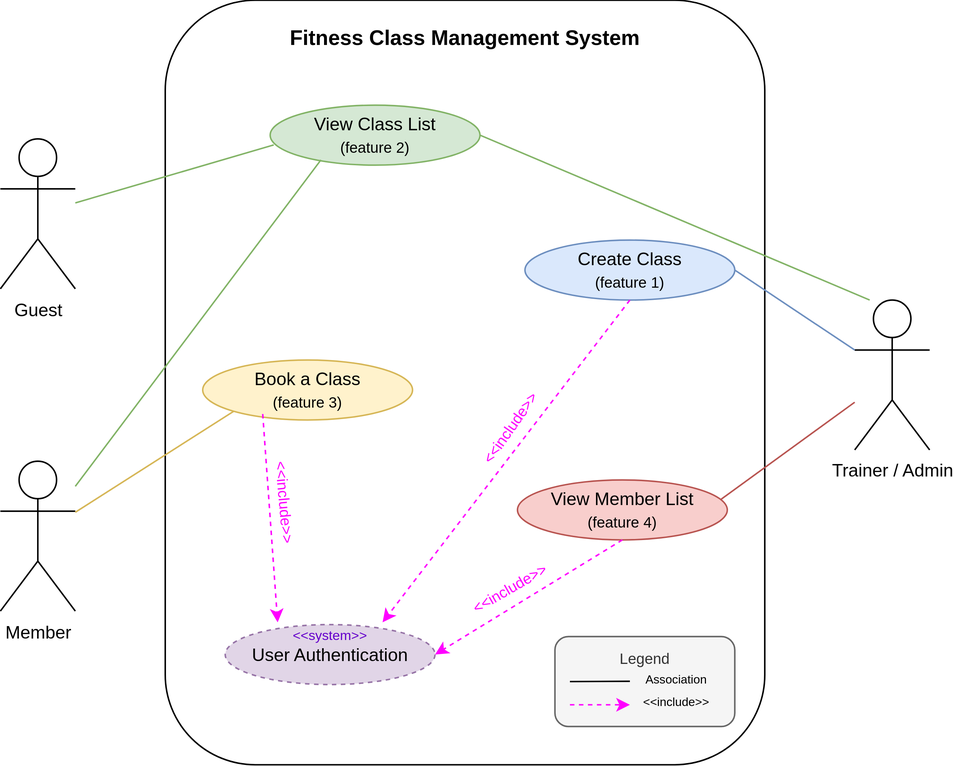
The draw.io diagram reports/assets/uml_case_diagram.svg in cs-uh-2012-spring26/cs-uh-2012-software-engineering-groupproject-group_b, before a commit. Source tidied: cells renumbered, new cells last; positions are measured from the earlier drawing's top-left corner, leaving out a move shared by most shapes. The source it was exported from:
```xml
<mxGraphModel>
  <root>
    <mxCell id="0" />
    <mxCell id="1" parent="0" />
    <mxCell id="2" value="Member" style="shape=umlActor;verticalLabelPosition=bottom;verticalAlign=top;html=1;outlineConnect=0;" parent="1" vertex="1">
      <mxGeometry y="307.5" width="50" height="100" as="geometry" />
    </mxCell>
    <mxCell id="3" value="Guest" style="shape=umlActor;verticalLabelPosition=bottom;verticalAlign=top;html=1;outlineConnect=0;" parent="1" vertex="1">
      <mxGeometry y="92.5" width="50" height="100" as="geometry" />
    </mxCell>
    <mxCell id="4" value="Trainer / Admin" style="shape=umlActor;verticalLabelPosition=bottom;verticalAlign=top;html=1;outlineConnect=0;" parent="1" vertex="1">
      <mxGeometry x="570" y="200" width="50" height="100" as="geometry" />
    </mxCell>
    <mxCell id="5" style="rounded=1;whiteSpace=wrap;html=1;" parent="1" vertex="1">
      <mxGeometry x="110" width="400" height="510" as="geometry" />
    </mxCell>
    <mxCell id="6" value="Create Class&lt;div&gt;&lt;font size=&quot;1&quot;&gt;(feature 1)&lt;/font&gt;&lt;/div&gt;" style="ellipse;whiteSpace=wrap;html=1;fillColor=#dae8fc;strokeColor=#6c8ebf;" parent="1" vertex="1">
      <mxGeometry x="350" y="160" width="140" height="40" as="geometry" />
    </mxCell>
    <mxCell id="7" value="View Class List&lt;br&gt;&lt;div&gt;&lt;font size=&quot;1&quot;&gt;(feature 2)&lt;/font&gt;&lt;/div&gt;" style="ellipse;whiteSpace=wrap;html=1;fillColor=#d5e8d4;strokeColor=#82b366;" parent="1" vertex="1">
      <mxGeometry x="180" y="70" width="140" height="40" as="geometry" />
    </mxCell>
    <mxCell id="8" value="Book a Class&lt;br&gt;&lt;div&gt;&lt;font size=&quot;1&quot;&gt;(feature 3)&lt;/font&gt;&lt;/div&gt;" style="ellipse;whiteSpace=wrap;html=1;fillColor=#fff2cc;strokeColor=#d6b656;" parent="1" vertex="1">
      <mxGeometry x="135" y="240" width="140" height="40" as="geometry" />
    </mxCell>
    <mxCell id="9" value="View Member List&lt;br&gt;&lt;div&gt;&lt;font size=&quot;1&quot;&gt;(feature 4)&lt;/font&gt;&lt;/div&gt;" style="ellipse;whiteSpace=wrap;html=1;fillColor=#f8cecc;strokeColor=#b85450;" parent="1" vertex="1">
      <mxGeometry x="345" y="320" width="140" height="40" as="geometry" />
    </mxCell>
    <mxCell id="10" style="group;" parent="1" vertex="1">
      <mxGeometry x="150" y="407.5" width="140" height="49" as="geometry" />
    </mxCell>
    <mxCell id="11" value="User Authentication" style="ellipse;whiteSpace=wrap;html=1;fillColor=#e1d5e7;strokeColor=#9673a6;dashed=1;" parent="10" vertex="1">
      <mxGeometry y="9" width="140" height="40" as="geometry" />
    </mxCell>
    <mxCell id="12" value="&lt;font style=&quot;font-size: 9px; color: rgb(102, 0, 204);&quot;&gt;&amp;lt;&amp;lt;system&amp;gt;&amp;gt;&lt;/font&gt;" style="text;html=1;whiteSpace=wrap;strokeColor=none;fillColor=none;align=center;verticalAlign=middle;rounded=0;" parent="10" vertex="1">
      <mxGeometry x="35" width="70" height="30" as="geometry" />
    </mxCell>
    <mxCell id="13" style="endArrow=classic;html=1;rounded=0;entryX=1;entryY=0.25;entryDx=0;entryDy=0;exitX=0.5;exitY=1;exitDx=0;exitDy=0;dashed=1;strokeColor=#FF00FF;strokeWidth=1;" parent="1" edge="1" source="6" target="12">
      <mxGeometry relative="1" as="geometry" />
    </mxCell>
    <mxCell id="14" style="endArrow=classic;html=1;rounded=0;entryX=1;entryY=0.5;entryDx=0;entryDy=0;exitX=0.5;exitY=1;exitDx=0;exitDy=0;dashed=1;strokeColor=#FF00FF;" parent="1" edge="1" source="9" target="11">
      <mxGeometry relative="1" as="geometry" />
    </mxCell>
    <mxCell id="15" style="endArrow=classic;html=1;rounded=0;entryX=0;entryY=0.25;entryDx=0;entryDy=0;exitX=0.286;exitY=0.9;exitDx=0;exitDy=0;dashed=1;strokeColor=#FF00FF;exitPerimeter=0;" parent="1" edge="1" source="8" target="12">
      <mxGeometry relative="1" as="geometry" />
    </mxCell>
    <mxCell id="16" style="endArrow=none;html=1;rounded=0;exitX=1;exitY=0.5;exitDx=0;exitDy=0;fillColor=#dae8fc;strokeColor=#6c8ebf;strokeWidth=1;" parent="1" edge="1" source="6" target="4">
      <mxGeometry relative="1" as="geometry" />
    </mxCell>
    <mxCell id="17" style="endArrow=none;html=1;rounded=0;exitX=0.971;exitY=0.321;exitDx=0;exitDy=0;exitPerimeter=0;strokeWidth=1;fillColor=#f8cecc;strokeColor=#b85450;" parent="1" edge="1" source="9" target="4">
      <mxGeometry relative="1" as="geometry" />
    </mxCell>
    <mxCell id="18" style="endArrow=none;html=1;rounded=0;exitX=1;exitY=0.5;exitDx=0;exitDy=0;fillColor=#d5e8d4;strokeColor=#82b366;" parent="1" edge="1" source="7">
      <mxGeometry relative="1" as="geometry">
        <mxPoint x="580" y="200" as="targetPoint" />
      </mxGeometry>
    </mxCell>
    <mxCell id="19" style="endArrow=none;html=1;rounded=0;entryX=0;entryY=1;entryDx=0;entryDy=0;fillColor=#fff2cc;strokeColor=#d6b656;" parent="1" edge="1" source="2" target="8">
      <mxGeometry relative="1" as="geometry" />
    </mxCell>
    <mxCell id="20" style="endArrow=none;html=1;rounded=0;exitX=0.242;exitY=0.913;exitDx=0;exitDy=0;fillColor=#d5e8d4;strokeColor=#82b366;exitPerimeter=0;" parent="1" edge="1" source="7" target="2">
      <mxGeometry relative="1" as="geometry" />
    </mxCell>
    <mxCell id="21" style="endArrow=none;html=1;rounded=0;exitX=0.017;exitY=0.663;exitDx=0;exitDy=0;fillColor=#d5e8d4;strokeColor=#82b366;exitPerimeter=0;" parent="1" edge="1" source="7" target="3">
      <mxGeometry relative="1" as="geometry" />
    </mxCell>
    <mxCell id="22" value="&lt;font style=&quot;font-size: 10px;&quot;&gt;&amp;lt;&amp;lt;include&amp;gt;&amp;gt;&lt;/font&gt;" style="text;html=1;whiteSpace=wrap;strokeColor=none;fillColor=none;align=center;verticalAlign=middle;rounded=0;fontColor=light-dark(#fe01ff, #ededed);rotation=-55;" parent="1" vertex="1">
      <mxGeometry x="300" y="270" width="80" height="30" as="geometry" />
    </mxCell>
    <mxCell id="23" value="&lt;font style=&quot;font-size: 10px;&quot;&gt;&amp;lt;&amp;lt;include&amp;gt;&amp;gt;&lt;/font&gt;" style="text;html=1;whiteSpace=wrap;strokeColor=none;fillColor=none;align=center;verticalAlign=middle;rounded=0;fontColor=light-dark(#fe01ff, #ededed);rotation=-30;" parent="1" vertex="1">
      <mxGeometry x="300" y="377.5" width="80" height="30" as="geometry" />
    </mxCell>
    <mxCell id="24" value="&lt;font style=&quot;font-size: 10px;&quot;&gt;&amp;lt;&amp;lt;include&amp;gt;&amp;gt;&lt;/font&gt;" style="text;html=1;whiteSpace=wrap;strokeColor=none;fillColor=none;align=center;verticalAlign=middle;rounded=0;fontColor=light-dark(#fe01ff, #ededed);rotation=85;" parent="1" vertex="1">
      <mxGeometry x="150" y="320" width="80" height="30" as="geometry" />
    </mxCell>
    <mxCell id="25" value="&lt;font style=&quot;font-size: 14px;&quot;&gt;Fitness Class Management System&lt;/font&gt;" style="text;html=1;whiteSpace=wrap;strokeColor=none;fillColor=none;align=center;verticalAlign=middle;rounded=0;fontStyle=1;" parent="1" vertex="1">
      <mxGeometry x="190" y="10" width="240" height="30" as="geometry" />
    </mxCell>
    <mxCell id="26" value="&lt;font style=&quot;font-size: 10px;&quot;&gt;Legend&lt;/font&gt;" style="rounded=1;whiteSpace=wrap;html=1;align=center;verticalAlign=top;fillColor=#f5f5f5;fontColor=#333333;strokeColor=#666666;" parent="1" vertex="1">
      <mxGeometry x="370" y="424.5" width="120" height="60" as="geometry" />
    </mxCell>
    <mxCell id="27" style="endArrow=none;html=1;rounded=0;entryX=0.375;entryY=0.922;entryDx=0;entryDy=0;entryPerimeter=0;" parent="1" edge="1">
      <mxGeometry relative="1" as="geometry">
        <mxPoint x="420" y="454.3" as="sourcePoint" />
        <mxPoint x="380" y="454.5" as="targetPoint" />
      </mxGeometry>
    </mxCell>
    <mxCell id="28" style="endArrow=classic;html=1;rounded=0;fillColor=#f8cecc;strokeColor=light-dark(#ff00ff, #d7817e);dashed=1;" parent="1" edge="1">
      <mxGeometry relative="1" as="geometry">
        <mxPoint x="380" y="470" as="sourcePoint" />
        <mxPoint x="420" y="470" as="targetPoint" />
      </mxGeometry>
    </mxCell>
    <mxCell id="29" value="&lt;font style=&quot;font-size: 8px;&quot;&gt;Association&lt;/font&gt;" style="text;html=1;whiteSpace=wrap;strokeColor=none;fillColor=none;align=center;verticalAlign=middle;rounded=0;" parent="1" vertex="1">
      <mxGeometry x="421" y="436.5" width="60" height="30" as="geometry" />
    </mxCell>
    <mxCell id="30" value="&lt;span style=&quot;font-size: 8px;&quot;&gt;&amp;lt;&amp;lt;include&amp;gt;&amp;gt;&lt;/span&gt;" style="text;html=1;whiteSpace=wrap;strokeColor=none;fillColor=none;align=center;verticalAlign=middle;rounded=0;" parent="1" vertex="1">
      <mxGeometry x="421" y="451.5" width="60" height="30" as="geometry" />
    </mxCell>
  </root>
</mxGraphModel>
```
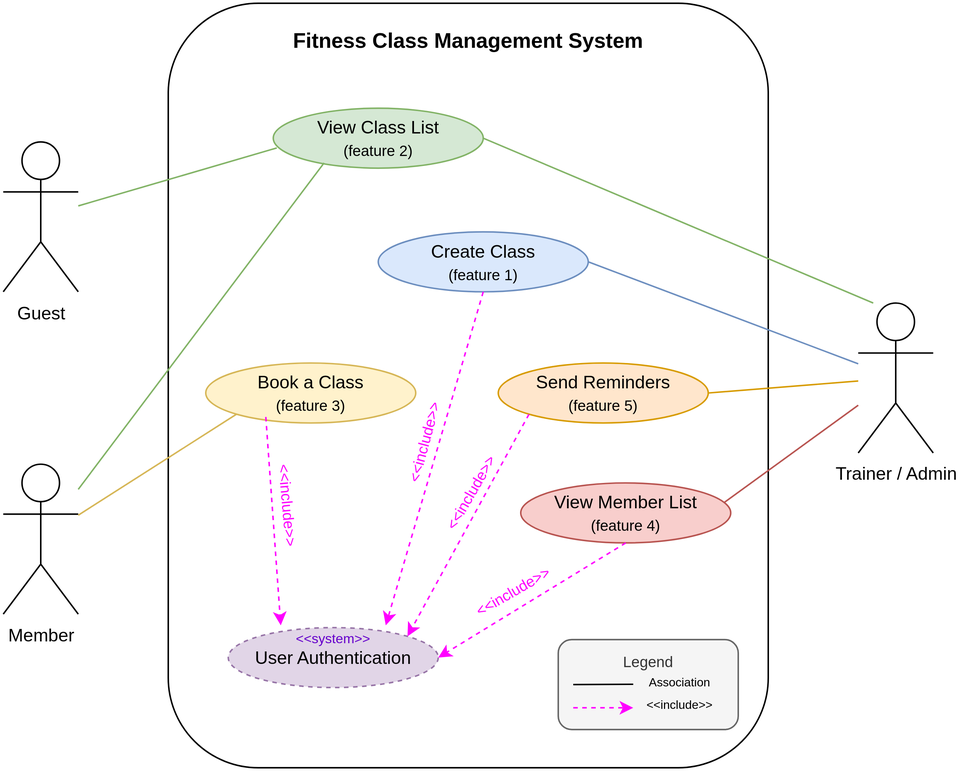
The same diagram one commit later.

Commit message:
Added use case specification and requirement elicitation for Feat 5. Updated UML Diagram.

Change to the diagram source:
```diff
@@ -15,7 +15,7 @@
       <mxGeometry x="110" width="400" height="510" as="geometry" />
     </mxCell>
     <mxCell id="6" value="Create Class&lt;div&gt;&lt;font size=&quot;1&quot;&gt;(feature 1)&lt;/font&gt;&lt;/div&gt;" style="ellipse;whiteSpace=wrap;html=1;fillColor=#dae8fc;strokeColor=#6c8ebf;" parent="1" vertex="1">
-      <mxGeometry x="350" y="160" width="140" height="40" as="geometry" />
+      <mxGeometry x="250" y="152.5" width="140" height="40" as="geometry" />
     </mxCell>
     <mxCell id="7" value="View Class List&lt;br&gt;&lt;div&gt;&lt;font size=&quot;1&quot;&gt;(feature 2)&lt;/font&gt;&lt;/div&gt;" style="ellipse;whiteSpace=wrap;html=1;fillColor=#d5e8d4;strokeColor=#82b366;" parent="1" vertex="1">
       <mxGeometry x="180" y="70" width="140" height="40" as="geometry" />
@@ -64,8 +64,8 @@
     <mxCell id="21" style="endArrow=none;html=1;rounded=0;exitX=0.017;exitY=0.663;exitDx=0;exitDy=0;fillColor=#d5e8d4;strokeColor=#82b366;exitPerimeter=0;" parent="1" edge="1" source="7" target="3">
       <mxGeometry relative="1" as="geometry" />
     </mxCell>
-    <mxCell id="22" value="&lt;font style=&quot;font-size: 10px;&quot;&gt;&amp;lt;&amp;lt;include&amp;gt;&amp;gt;&lt;/font&gt;" style="text;html=1;whiteSpace=wrap;strokeColor=none;fillColor=none;align=center;verticalAlign=middle;rounded=0;fontColor=light-dark(#fe01ff, #ededed);rotation=-55;" parent="1" vertex="1">
-      <mxGeometry x="300" y="270" width="80" height="30" as="geometry" />
+    <mxCell id="22" value="&lt;font style=&quot;font-size: 10px;&quot;&gt;&amp;lt;&amp;lt;include&amp;gt;&amp;gt;&lt;/font&gt;" style="text;html=1;whiteSpace=wrap;strokeColor=none;fillColor=none;align=center;verticalAlign=middle;rounded=0;fontColor=light-dark(#fe01ff, #ededed);rotation=-75;" parent="1" vertex="1">
+      <mxGeometry x="240" y="277.5" width="80" height="30" as="geometry" />
     </mxCell>
     <mxCell id="23" value="&lt;font style=&quot;font-size: 10px;&quot;&gt;&amp;lt;&amp;lt;include&amp;gt;&amp;gt;&lt;/font&gt;" style="text;html=1;whiteSpace=wrap;strokeColor=none;fillColor=none;align=center;verticalAlign=middle;rounded=0;fontColor=light-dark(#fe01ff, #ededed);rotation=-30;" parent="1" vertex="1">
       <mxGeometry x="300" y="377.5" width="80" height="30" as="geometry" />
@@ -97,5 +97,17 @@
     <mxCell id="30" value="&lt;span style=&quot;font-size: 8px;&quot;&gt;&amp;lt;&amp;lt;include&amp;gt;&amp;gt;&lt;/span&gt;" style="text;html=1;whiteSpace=wrap;strokeColor=none;fillColor=none;align=center;verticalAlign=middle;rounded=0;" parent="1" vertex="1">
       <mxGeometry x="421" y="451.5" width="60" height="30" as="geometry" />
     </mxCell>
+    <mxCell id="31" value="Send Reminders&lt;br&gt;&lt;div&gt;&lt;font size=&quot;1&quot;&gt;(feature 5)&lt;/font&gt;&lt;/div&gt;" style="ellipse;whiteSpace=wrap;html=1;fillColor=#ffe6cc;strokeColor=#d79b00;" parent="1" vertex="1">
+      <mxGeometry x="330" y="240" width="140" height="40" as="geometry" />
+    </mxCell>
+    <mxCell id="32" style="endArrow=classic;html=1;rounded=0;entryX=1;entryY=0;entryDx=0;entryDy=0;exitX=0;exitY=1;exitDx=0;exitDy=0;dashed=1;strokeColor=#FF00FF;strokeWidth=1;" parent="1" edge="1" source="31" target="11">
+      <mxGeometry relative="1" as="geometry" />
+    </mxCell>
+    <mxCell id="33" value="&lt;font style=&quot;font-size: 10px;&quot;&gt;&amp;lt;&amp;lt;include&amp;gt;&amp;gt;&lt;/font&gt;" style="text;html=1;whiteSpace=wrap;strokeColor=none;fillColor=none;align=center;verticalAlign=middle;rounded=0;fontColor=light-dark(#fe01ff, #ededed);rotation=-60;" parent="1" vertex="1">
+      <mxGeometry x="272" y="311.5" width="80" height="30" as="geometry" />
+    </mxCell>
+    <mxCell id="34" style="endArrow=none;html=1;rounded=0;exitX=1;exitY=0.5;exitDx=0;exitDy=0;strokeWidth=1;fillColor=#ffe6cc;strokeColor=#d79b00;" parent="1" edge="1" source="31" target="4">
+      <mxGeometry relative="1" as="geometry" />
+    </mxCell>
   </root>
 </mxGraphModel>
```
